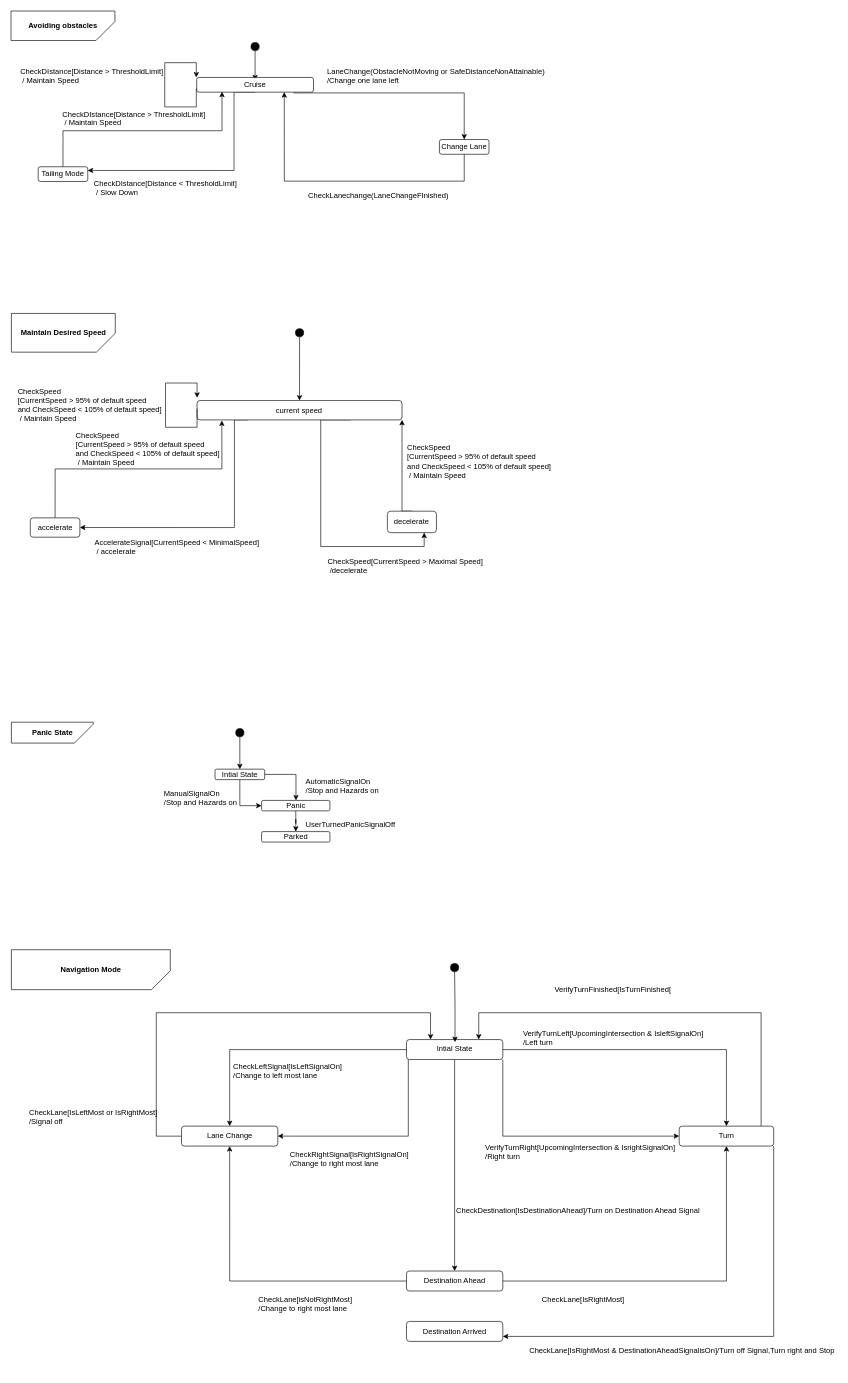
The draw.io diagram Assignment #2/figures/CruiseMode.Drawio in Cyberunner23/SOEN331, before the edit. Source tidied: cells renumbered, new cells numbered last; positions are measured from the earlier drawing's top-left corner, leaving out a move shared by most shapes. Both pictures are drawn from the tidied source at 63%, with x=0, y=0 at pixel (11, 11).
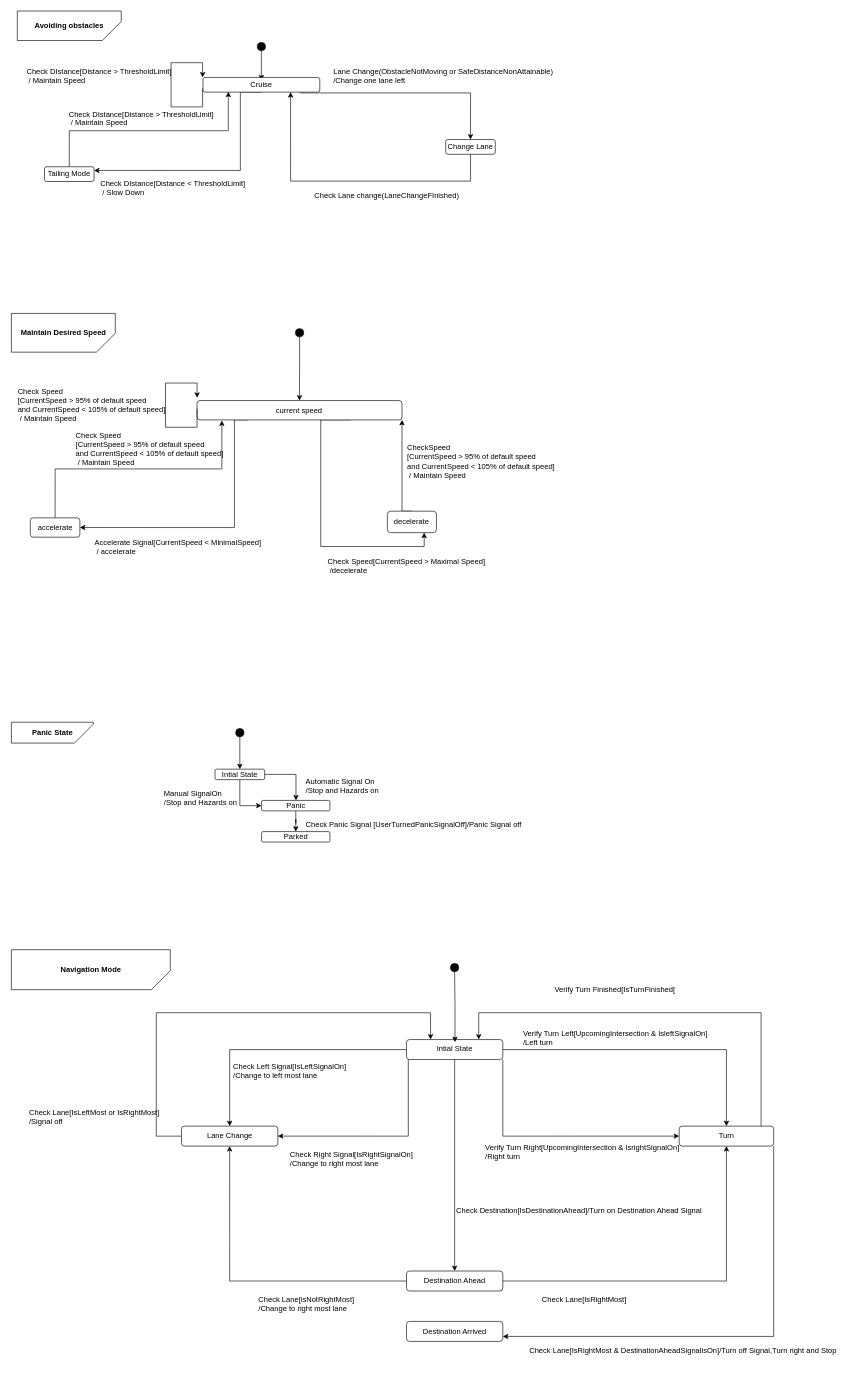
Above is the later version.

Commit message:
Fix: Fix mistakes and typo's in diagrams

Unchanged cells that the change refers to:
```xml
<mxCell id="2" style="group;fillColor=#FFFFFF;" parent="1" vertex="1">
  <mxGeometry x="0.6" y="1128.9" width="670" height="350" as="geometry" />
</mxCell>
<mxCell id="15" style="group;fillColor=#FFFFFF;" parent="1" vertex="1">
  <mxGeometry x="0.6" y="1490" width="1300" height="670" as="geometry" />
</mxCell>
<mxCell id="61" style="group;fillColor=#FFFFFF;" parent="1" vertex="1">
  <mxGeometry x="0.6" y="480" width="850" height="646.2" as="geometry" />
</mxCell>
```

What changed in the source:
```diff
@@
-    <mxCell id="10" value="AutomaticSignalOn&lt;br&gt;/Stop and Hazards on" style="text;html=1;rotation=0;" parent="2" vertex="1">
+    <mxCell id="10" value="Automatic Signal On&lt;br&gt;/Stop and Hazards on" style="text;html=1;rotation=0;" parent="2" vertex="1">
       <mxGeometry x="465.1" y="80.7" width="179.2" height="19.3" as="geometry" />
     </mxCell>
-    <mxCell id="11" value="ManualSignalOn&lt;br&gt;/Stop and Hazards on" style="text;html=1;rotation=0;" parent="2" vertex="1">
+    <mxCell id="11" value="Manual SignalOn&lt;br&gt;/Stop and Hazards on" style="text;html=1;rotation=0;" parent="2" vertex="1">
       <mxGeometry x="240" y="100" width="94.6" height="35.2" as="geometry" />
     </mxCell>
-    <mxCell id="12" value="UserTurnedPanicSignalOff" style="text;html=1;rotation=0;" parent="2" vertex="1">
+    <mxCell id="12" value="Check Panic Signal [UserTurnedPanicSignalOff]/Panic Signal off" style="text;html=1;rotation=0;" parent="2" vertex="1">
       <mxGeometry x="465.1" y="148.5" width="179.2" height="19.3" as="geometry" />
     </mxCell>
@@
-    <mxCell id="31" value="CheckLane[IsLeftMost or IsRightMost]&lt;br&gt;/Signal off" style="text;html=1;rotation=0;" parent="15" vertex="1">
+    <mxCell id="31" value="Check Lane[IsLeftMost or IsRightMost]&lt;br&gt;/Signal off" style="text;html=1;rotation=0;" parent="15" vertex="1">
       <mxGeometry x="26.1" y="244.8" width="200" height="35.2" as="geometry" />
     </mxCell>
-    <mxCell id="32" value="CheckLeftSignal[IsLeftSignalOn]&lt;br&gt;/Change to left most lane" style="text;html=1;rotation=0;" parent="15" vertex="1">
+    <mxCell id="32" value="Check Left Signal[IsLeftSignalOn]&lt;br&gt;/Change to left most lane" style="text;html=1;rotation=0;" parent="15" vertex="1">
       <mxGeometry x="350" y="172" width="200" height="35.2" as="geometry" />
     </mxCell>
-    <mxCell id="33" value="CheckRightSignal[IsRightSignalOn]&lt;br&gt;/Change to right most lane" style="text;html=1;rotation=0;" parent="15" vertex="1">
+    <mxCell id="33" value="Check Right Signal[IsRightSignalOn]&lt;br&gt;/Change to right most lane" style="text;html=1;rotation=0;" parent="15" vertex="1">
       <mxGeometry x="440" y="311.7" width="200" height="35.2" as="geometry" />
     </mxCell>
-    <mxCell id="34" value="VerifyTurnLeft[UpcomingIntersection &amp;amp; IsleftSignalOn]&lt;br&gt;/Left turn" style="text;html=1;rotation=0;" parent="15" vertex="1">
+    <mxCell id="34" value="Verify Turn Left[UpcomingIntersection &amp;amp; IsleftSignalOn]&lt;br&gt;/Left turn" style="text;html=1;rotation=0;" parent="15" vertex="1">
       <mxGeometry x="810" y="120" width="200" height="35.2" as="geometry" />
     </mxCell>
-    <mxCell id="35" value="VerifyTurnRight[UpcomingIntersection &amp;amp; IsrightSignalOn]&lt;br&gt;/Right turn" style="text;html=1;rotation=0;" parent="15" vertex="1">
+    <mxCell id="35" value="Verify Turn Right[UpcomingIntersection &amp;amp; IsrightSignalOn]&lt;br&gt;/Right turn" style="text;html=1;rotation=0;" parent="15" vertex="1">
       <mxGeometry x="750" y="300" width="200" height="35.2" as="geometry" />
     </mxCell>
-    <mxCell id="36" value="VerifyTurnFinished[IsTurnFinished[&lt;br&gt;" style="text;html=1;rotation=0;" parent="15" vertex="1">
+    <mxCell id="36" value="Verify Turn Finished[IsTurnFinished[" style="text;html=1;rotation=0;" parent="15" vertex="1">
       <mxGeometry x="860" y="50" width="200" height="35.2" as="geometry" />
     </mxCell>
-    <mxCell id="37" value="CheckLane[IsRightMost]" style="text;html=1;rotation=0;" parent="15" vertex="1">
+    <mxCell id="37" value="Check Lane[IsRightMost]" style="text;html=1;rotation=0;" parent="15" vertex="1">
       <mxGeometry x="840" y="541.7" width="200" height="35.2" as="geometry" />
     </mxCell>
-    <mxCell id="38" value="CheckDestination[IsDestinationAhead]/Turn on Destination Ahead Signal" style="text;html=1;rotation=0;" parent="15" vertex="1">
+    <mxCell id="38" value="Check Destination[IsDestinationAhead]/Turn on Destination Ahead Signal" style="text;html=1;rotation=0;" parent="15" vertex="1">
       <mxGeometry x="703.9" y="400" width="200" height="35.2" as="geometry" />
     </mxCell>
-    <mxCell id="39" value="CheckLane[isNotRightMost]&lt;br&gt;/Change to right most lane&amp;nbsp;" style="text;html=1;rotation=0;" parent="15" vertex="1">
+    <mxCell id="39" value="Check Lane[isNotRightMost]&lt;br&gt;/Change to right most lane&amp;nbsp;" style="text;html=1;rotation=0;" parent="15" vertex="1">
       <mxGeometry x="390" y="541.7" width="200" height="35.2" as="geometry" />
     </mxCell>
@@
-    <mxCell id="41" value="CheckLane[IsRightMost &amp;amp; DestinationAheadSignalisOn]/Turn off Signal,Turn right and Stop" style="text;html=1;rotation=0;" parent="15" vertex="1">
+    <mxCell id="41" value="Check Lane[IsRightMost &amp;amp; DestinationAheadSignalisOn]/Turn off Signal,Turn right and Stop" style="text;html=1;rotation=0;" parent="15" vertex="1">
       <mxGeometry x="820" y="621.7" width="200" height="35.2" as="geometry" />
     </mxCell>
@@
     <mxCell id="44" style="group;fillColor=#FFFFFF;" parent="1" vertex="1">
-      <mxGeometry width="850" height="480" as="geometry" />
+      <mxGeometry x="10" width="850" height="480" as="geometry" />
     </mxCell>
@@
-    <mxCell id="52" value="CheckDIstance[Distance &amp;gt; ThresholdLimit]&lt;br&gt;&amp;nbsp;/ Maintain Speed" style="text;html=1;" parent="44" vertex="1">
+    <mxCell id="52" value="Check DIstance[Distance &amp;gt; ThresholdLimit]&lt;br&gt;&amp;nbsp;/ Maintain Speed" style="text;html=1;" parent="44" vertex="1">
       <mxGeometry x="12.7" y="82" width="227.3" height="46.8" as="geometry" />
     </mxCell>
@@
-    <mxCell id="55" value="&lt;font style=&quot;font-size: 12px&quot;&gt;CheckDIstance[Distance &amp;lt; ThresholdLimit]&lt;br&gt;&amp;nbsp;/ Slow Down&lt;/font&gt;" style="text;html=1;rotation=0;" parent="44" vertex="1">
+    <mxCell id="55" value="&lt;font style=&quot;font-size: 12px&quot;&gt;Check DIstance[Distance &amp;lt; ThresholdLimit]&lt;br&gt;&amp;nbsp;/ Slow Down&lt;/font&gt;" style="text;html=1;rotation=0;" parent="44" vertex="1">
       <mxGeometry x="130" y="260" width="145.6" height="36" as="geometry" />
     </mxCell>
-    <mxCell id="56" value="&lt;font style=&quot;font-size: 12px&quot;&gt;CheckDIstance[Distance &amp;gt; ThresholdLimit]&lt;br&gt;&amp;nbsp;/ Maintain Speed&lt;/font&gt;" style="text;html=1;rotation=0;" parent="44" vertex="1">
+    <mxCell id="56" value="&lt;font style=&quot;font-size: 12px&quot;&gt;Check DIstance[Distance &amp;gt; ThresholdLimit]&lt;br&gt;&amp;nbsp;/ Maintain Speed&lt;/font&gt;" style="text;html=1;rotation=0;" parent="44" vertex="1">
       <mxGeometry x="80" y="150" width="149.5" height="36.9" as="geometry" />
     </mxCell>
@@
-    <mxCell id="59" value="CheckLanechange(LaneChangeFInished)&amp;nbsp;" style="text;html=1;rotation=0;" parent="44" vertex="1">
+    <mxCell id="59" value="Check Lane change(LaneChangeFInished)&amp;nbsp;" style="text;html=1;rotation=0;" parent="44" vertex="1">
       <mxGeometry x="470" y="280" width="145.6" height="36" as="geometry" />
     </mxCell>
-    <mxCell id="60" value="LaneChange(ObstacleNotMoving or SafeDistanceNonAttainable)&lt;br&gt;/Change one lane left" style="text;html=1;rotation=0;" parent="44" vertex="1">
+    <mxCell id="60" value="Lane Change(ObstacleNotMoving or SafeDistanceNonAttainable)&lt;br&gt;/Change one lane left" style="text;html=1;rotation=0;" parent="44" vertex="1">
       <mxGeometry x="500" y="81.9" width="271.5" height="36.9" as="geometry" />
     </mxCell>
@@
-    <mxCell id="70" value="&lt;font style=&quot;font-size: 12px&quot;&gt;AccelerateSignal[CurrentSpeed &amp;lt; MinimalSpeed]&lt;br&gt;&amp;nbsp;/ accelerate&lt;/font&gt;" style="text;html=1;rotation=0;" parent="61" vertex="1">
+    <mxCell id="70" value="&lt;font style=&quot;font-size: 12px&quot;&gt;Accelerate Signal[CurrentSpeed &amp;lt; MinimalSpeed]&lt;br&gt;&amp;nbsp;/ accelerate&lt;/font&gt;" style="text;html=1;rotation=0;" parent="61" vertex="1">
       <mxGeometry x="130" y="350" width="145.6" height="47.2" as="geometry" />
     </mxCell>
-    <mxCell id="71" value="CheckSpeed&lt;br&gt;[CurrentSpeed &amp;gt; 95% of default speed&lt;br&gt;and CheckSpeed &amp;lt; 105% of default speed]&lt;br&gt;&amp;nbsp;/ Maintain Speed" style="text;html=1;rotation=0;" parent="61" vertex="1">
+    <mxCell id="71" value="Check Speed&lt;br&gt;[CurrentSpeed &amp;gt; 95% of default speed&lt;br&gt;and CurrentSpeed &amp;lt; 105% of default speed]&lt;br&gt;&amp;nbsp;/ Maintain Speed" style="text;html=1;rotation=0;" parent="61" vertex="1">
       <mxGeometry x="100" y="180" width="149.5" height="48.5" as="geometry" />
     </mxCell>
@@
-    <mxCell id="74" value="CheckSpeed&lt;br&gt;[CurrentSpeed &amp;gt; 95% of default speed&lt;br&gt;and CheckSpeed &amp;lt; 105% of default speed]&lt;br&gt;&amp;nbsp;/ Maintain Speed" style="text;html=1;rotation=0;" parent="61" vertex="1">
+    <mxCell id="74" value="CheckSpeed&lt;br&gt;[CurrentSpeed &amp;gt; 95% of default speed&lt;br&gt;and CurrentSpeed &amp;lt; 105% of default speed]&lt;br&gt;&amp;nbsp;/ Maintain Speed" style="text;html=1;rotation=0;" parent="61" vertex="1">
       <mxGeometry x="625.9" y="200" width="145.6" height="47.2" as="geometry" />
     </mxCell>
-    <mxCell id="75" value="CheckSpeed[CurrentSpeed &amp;gt; Maximal Speed]&lt;br&gt;&amp;nbsp;/decelerate" style="text;html=1;rotation=0;" parent="61" vertex="1">
+    <mxCell id="75" value="Check Speed[CurrentSpeed &amp;gt; Maximal Speed]&lt;br&gt;&amp;nbsp;/decelerate" style="text;html=1;rotation=0;" parent="61" vertex="1">
       <mxGeometry x="500" y="380" width="271.5" height="48.5" as="geometry" />
     </mxCell>
@@
-    <mxCell id="77" value="CheckSpeed&lt;br&gt;[CurrentSpeed &amp;gt; 95% of default speed&lt;br&gt;and CheckSpeed &amp;lt; 105% of default speed]&lt;br&gt;&amp;nbsp;/ Maintain Speed" style="text;html=1;rotation=0;" parent="61" vertex="1">
+    <mxCell id="77" value="Check Speed&lt;br&gt;[CurrentSpeed &amp;gt; 95% of default speed&lt;br&gt;and CurrentSpeed &amp;lt; 105% of default speed]&lt;br&gt;&amp;nbsp;/ Maintain Speed" style="text;html=1;rotation=0;" parent="61" vertex="1">
       <mxGeometry x="8" y="110" width="227.3" height="46.8" as="geometry" />
     </mxCell>
```
